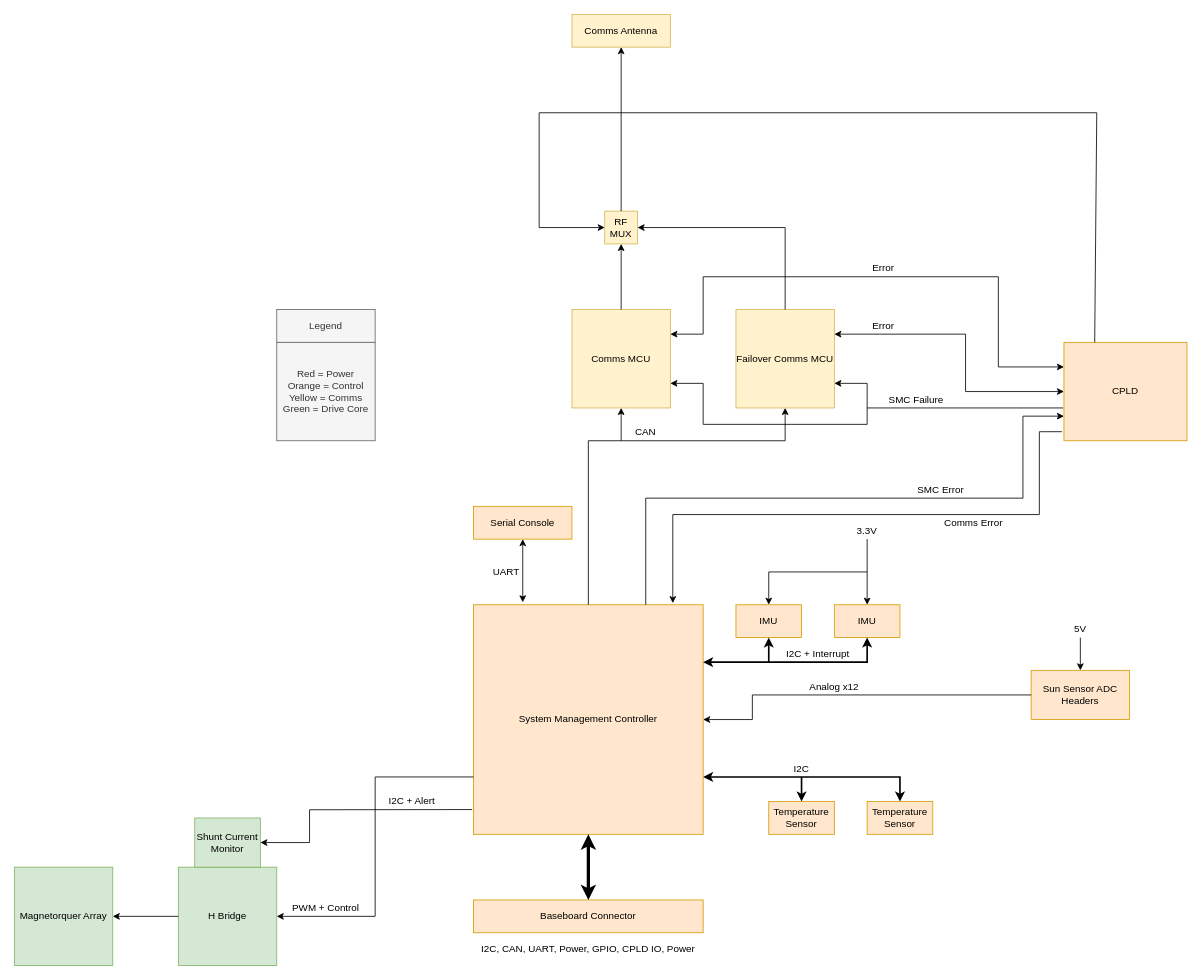
UCI-CubeSat/UCICS-SMC.v2 keeps this draw.io diagram as ADCS.drawio. Above is the earlier version. Source tidied: cells renumbered, new cells numbered last; positions are measured from the earlier drawing's top-left corner, leaving out a move shared by most shapes. Both pictures are drawn from the tidied source at 82%, with x=0, y=0 at pixel (14, 14).
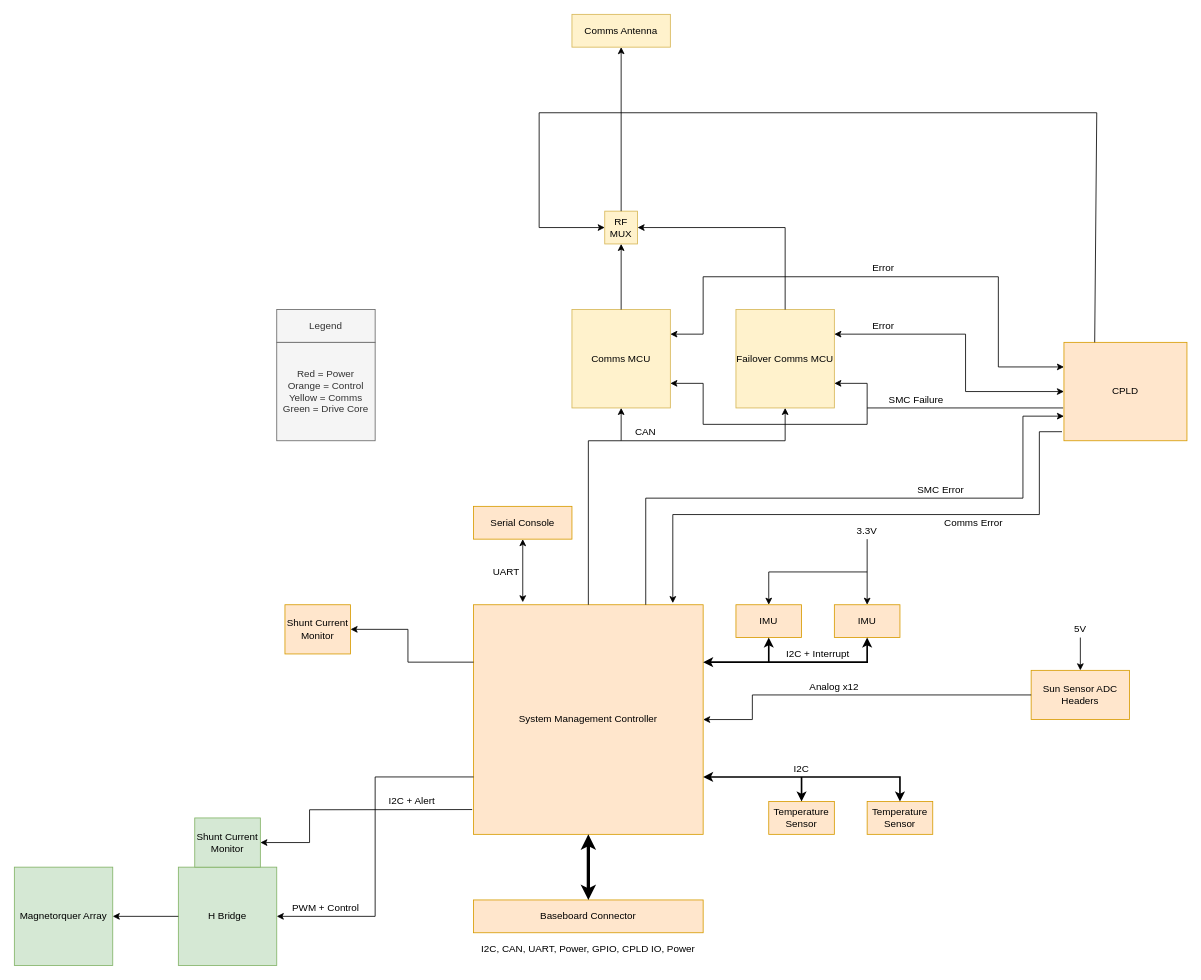
After the change.

Commit message (it also covers changes not shown here):
Finalized schematic 11-15-20 iteration 1

The change refers to these unchanged cells:
```xml
<mxCell id="6" value="System Management Controller" style="rounded=0;whiteSpace=wrap;html=1;fillColor=#ffe6cc;strokeColor=#d79b00;" parent="1" vertex="1">
  <mxGeometry x="560" y="720" width="280" height="280" as="geometry" />
</mxCell>
```

The edit, as a diff of the source:
```diff
@@
+    <mxCell id="60" value="Shunt Current Monitor" style="rounded=0;whiteSpace=wrap;html=1;fillColor=#ffe6cc;strokeColor=#d79b00;" parent="1" vertex="1">
+      <mxGeometry x="330" y="720" width="80" height="60" as="geometry" />
+    </mxCell>
+    <mxCell id="61" style="endArrow=classic;html=1;strokeWidth=1;entryX=1;entryY=0.5;entryDx=0;entryDy=0;exitX=0;exitY=0.25;exitDx=0;exitDy=0;rounded=0;" parent="1" edge="1" source="6" target="60">
+      <mxGeometry relative="1" as="geometry">
+        <Array as="points">
+          <mxPoint x="480" y="790" />
+          <mxPoint x="480" y="750" />
+        </Array>
+      </mxGeometry>
+    </mxCell>
```
